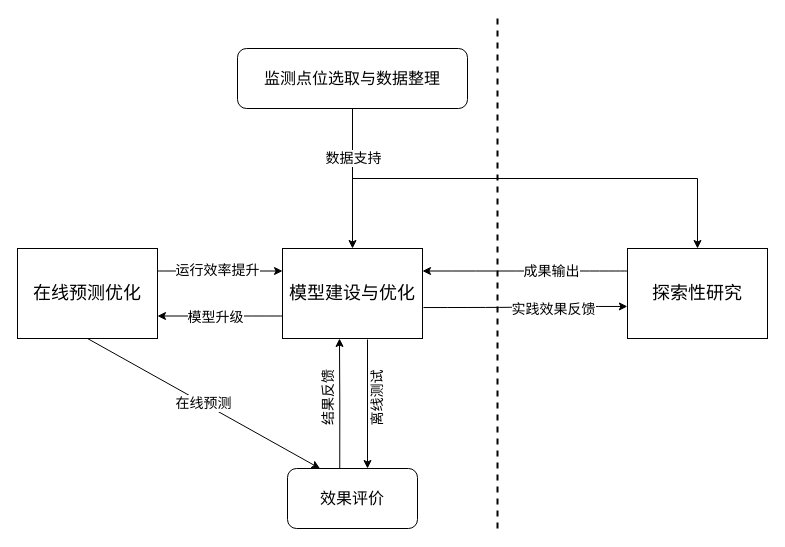
Above: LandSlideWorkflow.drawio in coconutn256/studyFiles (draw.io), before the change. Source tidied: cells renumbered, new cells numbered last; positions are measured from the earlier drawing's top-left corner, leaving out a move shared by most shapes. Both pictures are drawn from the tidied source at 100%, with x=0, y=0 at pixel (17, 18).
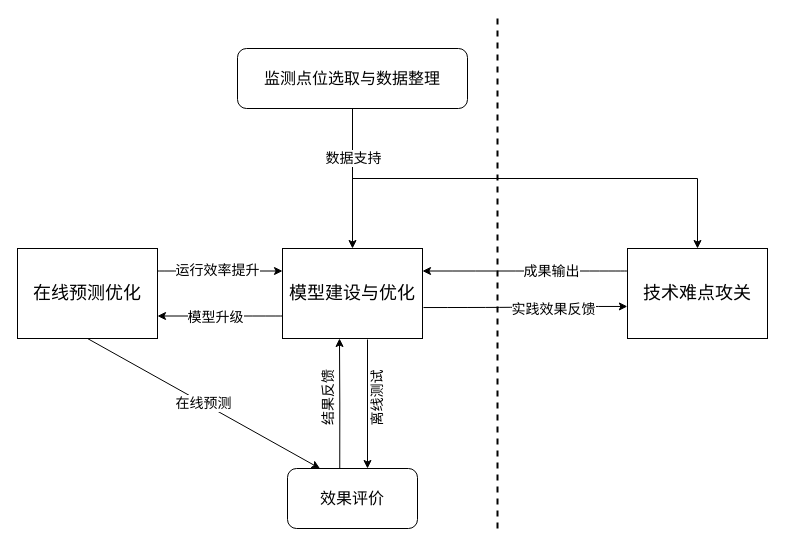
The same page after the edit.

Change to the diagram source:
```diff
@@
-    <mxCell id="14" value="&lt;font style=&quot;font-size: 18px&quot;&gt;探索性研究&lt;/font&gt;" style="rounded=0;whiteSpace=wrap;html=1;fontSize=14;" parent="1" vertex="1">
+    <mxCell id="14" value="&lt;font style=&quot;font-size: 18px&quot;&gt;技术难点攻关&lt;/font&gt;" style="rounded=0;whiteSpace=wrap;html=1;fontSize=14;" parent="1" vertex="1">
       <mxGeometry x="610" y="230" width="140" height="90" as="geometry" />
     </mxCell>
```
